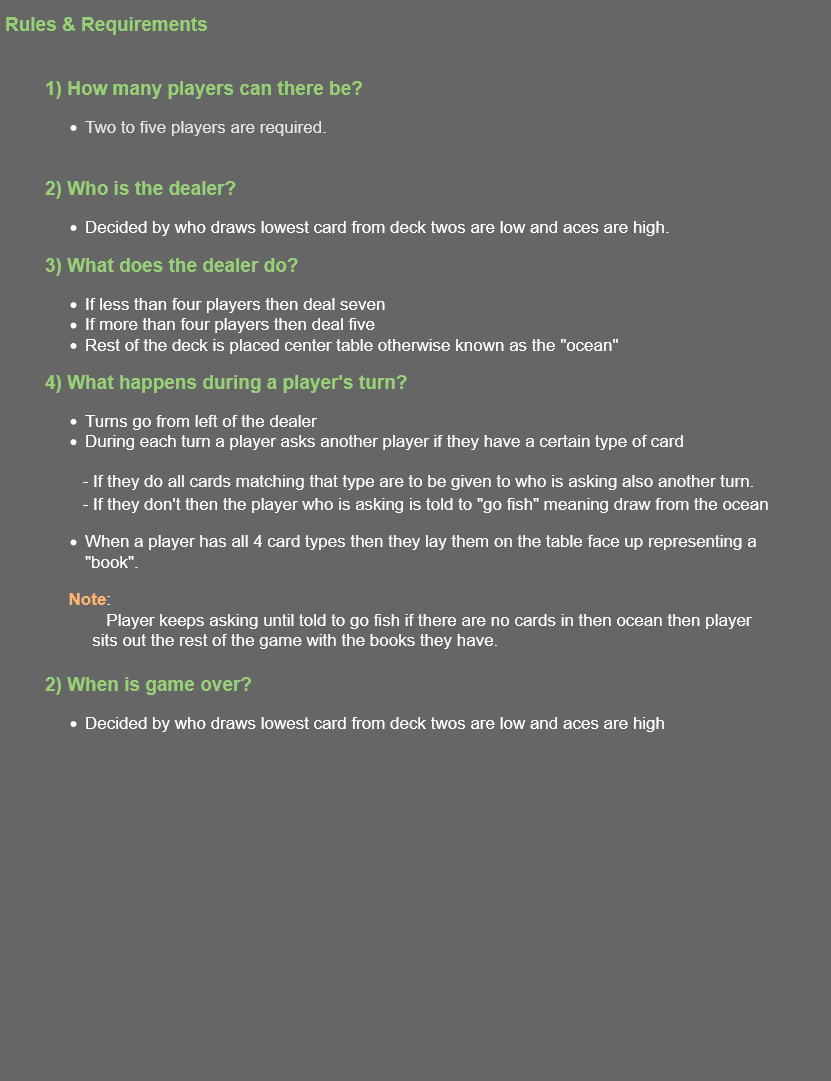
Before: diagrams/go-fish-rules.png, a diagram exported from draw.io (DariusRain/CardGames). Source tidied: cells renumbered, new cells last; positions are measured from the earlier drawing's top-left corner, leaving out a move shared by most shapes. The source it was exported from:
```xml
<mxGraphModel background="#666666">
  <root>
    <mxCell id="0" />
    <mxCell id="1" parent="0" />
    <mxCell id="2" value="&lt;h1 style=&quot;font-size: 19px&quot;&gt;&lt;font color=&quot;#97D077&quot;&gt;Rules &amp;amp; Requirements&lt;/font&gt;&lt;/h1&gt;&lt;blockquote&gt;&lt;div&gt;&lt;br&gt;&lt;/div&gt;&lt;div&gt;&lt;div&gt;&lt;font color=&quot;#97D077&quot;&gt;&lt;b&gt;1) How many players can there be?&lt;/b&gt;&lt;/font&gt;&lt;/div&gt;&lt;div&gt;&lt;ul style=&quot;font-size: 17px&quot;&gt;&lt;li&gt;&lt;font style=&quot;font-size: 17px&quot; color=&quot;#E6E6E6&quot;&gt;Two to five players are required.&lt;/font&gt;&lt;br&gt;&lt;/li&gt;&lt;/ul&gt;&lt;/div&gt;&lt;/div&gt;&lt;div&gt;&lt;br&gt;&lt;/div&gt;&lt;div&gt;&lt;font color=&quot;#97D077&quot;&gt;&lt;b&gt;2) Who is the dealer? &lt;/b&gt;&lt;/font&gt;&lt;ul style=&quot;font-size: 17px&quot;&gt;&lt;li&gt;Decided by who draws lowest card from deck twos are low and aces are high.&lt;/li&gt;&lt;/ul&gt;&lt;div&gt;&lt;div&gt;&lt;font color=&quot;#97D077&quot;&gt;&lt;b&gt;3) What does the dealer do?&lt;/b&gt;&lt;/font&gt;&lt;br&gt;&lt;/div&gt;&lt;div style=&quot;font-size: 17px&quot;&gt;&lt;ul&gt;&lt;li&gt;If less than four players then deal seven&lt;br&gt;&lt;/li&gt;&lt;li&gt;If more than four players then deal five&lt;br&gt;&lt;/li&gt;&lt;li&gt;Rest of the deck is placed center table otherwise known as the &quot;ocean&quot;&lt;/li&gt;&lt;/ul&gt;&lt;div style=&quot;line-height: 120%&quot;&gt;&lt;div&gt;&lt;b&gt;&lt;font style=&quot;font-size: 19px&quot; color=&quot;#97D077&quot;&gt;4) What happens during a player's turn?&lt;/font&gt;&lt;/b&gt;&lt;br&gt;&lt;/div&gt;&lt;ul&gt;&lt;li&gt;Turns go from left of the dealer&lt;/li&gt;&lt;li&gt;During each turn a player asks another player if they have a certain type of card&lt;/li&gt;&lt;/ul&gt;&lt;div style=&quot;line-height: 150%&quot;&gt;&amp;nbsp;&amp;nbsp;&amp;nbsp;&amp;nbsp;&amp;nbsp;&amp;nbsp;&amp;nbsp; - If they do all cards matching that type are to be given to who is asking also another turn.&lt;/div&gt;&lt;div&gt;&amp;nbsp;&amp;nbsp;&amp;nbsp;&amp;nbsp;&amp;nbsp;&amp;nbsp;&amp;nbsp; - If they don't then the player who is asking is told to &quot;go fish&quot; meaning draw from the ocean &lt;br&gt;&lt;/div&gt;&lt;div&gt;&lt;ul&gt;&lt;li&gt;When a player has all 4 card types then they lay them on the table face up representing a &quot;book&quot;. &amp;nbsp;&amp;nbsp;&amp;nbsp; &amp;nbsp; &lt;/li&gt;&lt;/ul&gt;&lt;/div&gt;&lt;div&gt;&amp;nbsp;&amp;nbsp;&amp;nbsp;&amp;nbsp; &lt;font color=&quot;#FFB570&quot;&gt;&lt;b&gt;Note&lt;/b&gt;&lt;/font&gt;: &lt;br&gt;&lt;/div&gt;&lt;div&gt;&amp;nbsp;&amp;nbsp;&amp;nbsp;&amp;nbsp;&amp;nbsp;&amp;nbsp;&amp;nbsp;&amp;nbsp;&amp;nbsp;&amp;nbsp;&amp;nbsp;&amp;nbsp; Player keeps asking until told to go fish if there are no cards in then ocean then player&lt;/div&gt;&lt;div&gt;&amp;nbsp;&amp;nbsp;&amp;nbsp;&amp;nbsp;&amp;nbsp;&amp;nbsp;&amp;nbsp;&amp;nbsp;&amp;nbsp; sits out the rest of the game with the books they have.&lt;br&gt;&lt;/div&gt;&lt;/div&gt;&lt;/div&gt;&lt;/div&gt;&lt;/div&gt;&lt;div&gt;&lt;br&gt;&lt;/div&gt;&lt;div&gt;&lt;font color=&quot;#97D077&quot;&gt;&lt;b&gt;2) When is game over? &lt;/b&gt;&lt;/font&gt;&lt;ul style=&quot;font-size: 17px&quot;&gt;&lt;li&gt;Decided by who draws lowest card from deck twos are low and aces are high&lt;/li&gt;&lt;/ul&gt;&lt;/div&gt;&lt;/blockquote&gt;" style="text;html=1;strokeColor=none;fillColor=none;spacing=5;spacingTop=-20;whiteSpace=wrap;overflow=hidden;rounded=0;fontColor=#FFFFFF;fontSize=19;" parent="1" vertex="1">
      <mxGeometry width="830" height="1070" as="geometry" />
    </mxCell>
  </root>
</mxGraphModel>
```
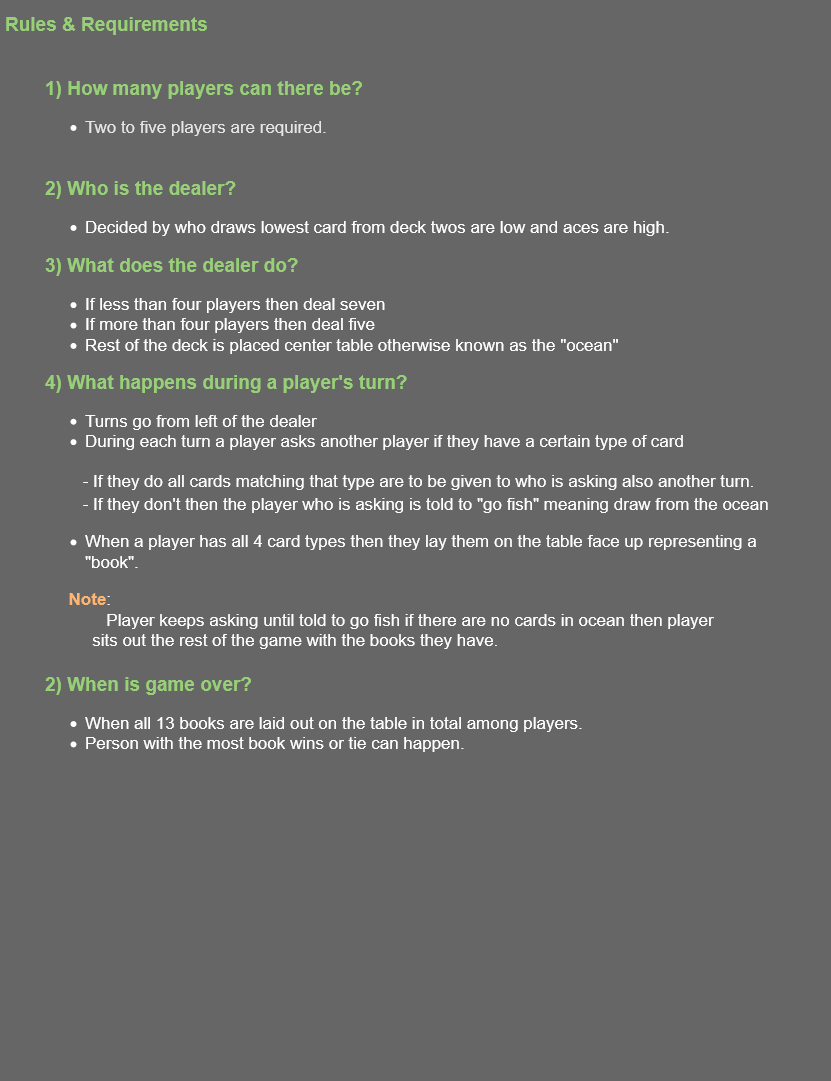
The same file after the commit.

What changed in the source:
```diff
@@ -2,7 +2,7 @@
   <root>
     <mxCell id="0" />
     <mxCell id="1" parent="0" />
-    <mxCell id="2" value="&lt;h1 style=&quot;font-size: 19px&quot;&gt;&lt;font color=&quot;#97D077&quot;&gt;Rules &amp;amp; Requirements&lt;/font&gt;&lt;/h1&gt;&lt;blockquote&gt;&lt;div&gt;&lt;br&gt;&lt;/div&gt;&lt;div&gt;&lt;div&gt;&lt;font color=&quot;#97D077&quot;&gt;&lt;b&gt;1) How many players can there be?&lt;/b&gt;&lt;/font&gt;&lt;/div&gt;&lt;div&gt;&lt;ul style=&quot;font-size: 17px&quot;&gt;&lt;li&gt;&lt;font style=&quot;font-size: 17px&quot; color=&quot;#E6E6E6&quot;&gt;Two to five players are required.&lt;/font&gt;&lt;br&gt;&lt;/li&gt;&lt;/ul&gt;&lt;/div&gt;&lt;/div&gt;&lt;div&gt;&lt;br&gt;&lt;/div&gt;&lt;div&gt;&lt;font color=&quot;#97D077&quot;&gt;&lt;b&gt;2) Who is the dealer? &lt;/b&gt;&lt;/font&gt;&lt;ul style=&quot;font-size: 17px&quot;&gt;&lt;li&gt;Decided by who draws lowest card from deck twos are low and aces are high.&lt;/li&gt;&lt;/ul&gt;&lt;div&gt;&lt;div&gt;&lt;font color=&quot;#97D077&quot;&gt;&lt;b&gt;3) What does the dealer do?&lt;/b&gt;&lt;/font&gt;&lt;br&gt;&lt;/div&gt;&lt;div style=&quot;font-size: 17px&quot;&gt;&lt;ul&gt;&lt;li&gt;If less than four players then deal seven&lt;br&gt;&lt;/li&gt;&lt;li&gt;If more than four players then deal five&lt;br&gt;&lt;/li&gt;&lt;li&gt;Rest of the deck is placed center table otherwise known as the &quot;ocean&quot;&lt;/li&gt;&lt;/ul&gt;&lt;div style=&quot;line-height: 120%&quot;&gt;&lt;div&gt;&lt;b&gt;&lt;font style=&quot;font-size: 19px&quot; color=&quot;#97D077&quot;&gt;4) What happens during a player's turn?&lt;/font&gt;&lt;/b&gt;&lt;br&gt;&lt;/div&gt;&lt;ul&gt;&lt;li&gt;Turns go from left of the dealer&lt;/li&gt;&lt;li&gt;During each turn a player asks another player if they have a certain type of card&lt;/li&gt;&lt;/ul&gt;&lt;div style=&quot;line-height: 150%&quot;&gt;&amp;nbsp;&amp;nbsp;&amp;nbsp;&amp;nbsp;&amp;nbsp;&amp;nbsp;&amp;nbsp; - If they do all cards matching that type are to be given to who is asking also another turn.&lt;/div&gt;&lt;div&gt;&amp;nbsp;&amp;nbsp;&amp;nbsp;&amp;nbsp;&amp;nbsp;&amp;nbsp;&amp;nbsp; - If they don't then the player who is asking is told to &quot;go fish&quot; meaning draw from the ocean &lt;br&gt;&lt;/div&gt;&lt;div&gt;&lt;ul&gt;&lt;li&gt;When a player has all 4 card types then they lay them on the table face up representing a &quot;book&quot;. &amp;nbsp;&amp;nbsp;&amp;nbsp; &amp;nbsp; &lt;/li&gt;&lt;/ul&gt;&lt;/div&gt;&lt;div&gt;&amp;nbsp;&amp;nbsp;&amp;nbsp;&amp;nbsp; &lt;font color=&quot;#FFB570&quot;&gt;&lt;b&gt;Note&lt;/b&gt;&lt;/font&gt;: &lt;br&gt;&lt;/div&gt;&lt;div&gt;&amp;nbsp;&amp;nbsp;&amp;nbsp;&amp;nbsp;&amp;nbsp;&amp;nbsp;&amp;nbsp;&amp;nbsp;&amp;nbsp;&amp;nbsp;&amp;nbsp;&amp;nbsp; Player keeps asking until told to go fish if there are no cards in then ocean then player&lt;/div&gt;&lt;div&gt;&amp;nbsp;&amp;nbsp;&amp;nbsp;&amp;nbsp;&amp;nbsp;&amp;nbsp;&amp;nbsp;&amp;nbsp;&amp;nbsp; sits out the rest of the game with the books they have.&lt;br&gt;&lt;/div&gt;&lt;/div&gt;&lt;/div&gt;&lt;/div&gt;&lt;/div&gt;&lt;div&gt;&lt;br&gt;&lt;/div&gt;&lt;div&gt;&lt;font color=&quot;#97D077&quot;&gt;&lt;b&gt;2) When is game over? &lt;/b&gt;&lt;/font&gt;&lt;ul style=&quot;font-size: 17px&quot;&gt;&lt;li&gt;Decided by who draws lowest card from deck twos are low and aces are high&lt;/li&gt;&lt;/ul&gt;&lt;/div&gt;&lt;/blockquote&gt;" style="text;html=1;strokeColor=none;fillColor=none;spacing=5;spacingTop=-20;whiteSpace=wrap;overflow=hidden;rounded=0;fontColor=#FFFFFF;fontSize=19;" parent="1" vertex="1">
+    <mxCell id="2" value="&lt;h1 style=&quot;font-size: 19px&quot;&gt;&lt;font color=&quot;#97D077&quot;&gt;Rules &amp;amp; Requirements&lt;/font&gt;&lt;/h1&gt;&lt;blockquote&gt;&lt;div&gt;&lt;br&gt;&lt;/div&gt;&lt;div&gt;&lt;div&gt;&lt;font color=&quot;#97D077&quot;&gt;&lt;b&gt;1) How many players can there be?&lt;/b&gt;&lt;/font&gt;&lt;/div&gt;&lt;div&gt;&lt;ul style=&quot;font-size: 17px&quot;&gt;&lt;li&gt;&lt;font style=&quot;font-size: 17px&quot; color=&quot;#E6E6E6&quot;&gt;Two to five players are required.&lt;/font&gt;&lt;br&gt;&lt;/li&gt;&lt;/ul&gt;&lt;/div&gt;&lt;/div&gt;&lt;div&gt;&lt;br&gt;&lt;/div&gt;&lt;div&gt;&lt;font color=&quot;#97D077&quot;&gt;&lt;b&gt;2) Who is the dealer? &lt;/b&gt;&lt;/font&gt;&lt;ul style=&quot;font-size: 17px&quot;&gt;&lt;li&gt;Decided by who draws lowest card from deck twos are low and aces are high.&lt;/li&gt;&lt;/ul&gt;&lt;div&gt;&lt;div&gt;&lt;font color=&quot;#97D077&quot;&gt;&lt;b&gt;3) What does the dealer do?&lt;/b&gt;&lt;/font&gt;&lt;br&gt;&lt;/div&gt;&lt;div style=&quot;font-size: 17px&quot;&gt;&lt;ul&gt;&lt;li&gt;If less than four players then deal seven&lt;br&gt;&lt;/li&gt;&lt;li&gt;If more than four players then deal five&lt;br&gt;&lt;/li&gt;&lt;li&gt;Rest of the deck is placed center table otherwise known as the &quot;ocean&quot;&lt;/li&gt;&lt;/ul&gt;&lt;div style=&quot;line-height: 120%&quot;&gt;&lt;div&gt;&lt;b&gt;&lt;font style=&quot;font-size: 19px&quot; color=&quot;#97D077&quot;&gt;4) What happens during a player's turn?&lt;/font&gt;&lt;/b&gt;&lt;br&gt;&lt;/div&gt;&lt;ul&gt;&lt;li&gt;Turns go from left of the dealer&lt;/li&gt;&lt;li&gt;During each turn a player asks another player if they have a certain type of card&lt;/li&gt;&lt;/ul&gt;&lt;div style=&quot;line-height: 150%&quot;&gt;&amp;nbsp;&amp;nbsp;&amp;nbsp;&amp;nbsp;&amp;nbsp;&amp;nbsp;&amp;nbsp; - If they do all cards matching that type are to be given to who is asking also another turn.&lt;/div&gt;&lt;div&gt;&amp;nbsp;&amp;nbsp;&amp;nbsp;&amp;nbsp;&amp;nbsp;&amp;nbsp;&amp;nbsp; - If they don't then the player who is asking is told to &quot;go fish&quot; meaning draw from the ocean &lt;br&gt;&lt;/div&gt;&lt;div&gt;&lt;ul&gt;&lt;li&gt;When a player has all 4 card types then they lay them on the table face up representing a &quot;book&quot;. &amp;nbsp;&amp;nbsp;&amp;nbsp; &amp;nbsp; &lt;/li&gt;&lt;/ul&gt;&lt;/div&gt;&lt;div&gt;&amp;nbsp;&amp;nbsp;&amp;nbsp;&amp;nbsp; &lt;font color=&quot;#FFB570&quot;&gt;&lt;b&gt;Note&lt;/b&gt;&lt;/font&gt;: &lt;br&gt;&lt;/div&gt;&lt;div&gt;&amp;nbsp;&amp;nbsp;&amp;nbsp;&amp;nbsp;&amp;nbsp;&amp;nbsp;&amp;nbsp;&amp;nbsp;&amp;nbsp;&amp;nbsp;&amp;nbsp;&amp;nbsp; Player keeps asking until told to go fish if there are no cards in ocean then player&lt;/div&gt;&lt;div&gt;&amp;nbsp;&amp;nbsp;&amp;nbsp;&amp;nbsp;&amp;nbsp;&amp;nbsp;&amp;nbsp;&amp;nbsp;&amp;nbsp; sits out the rest of the game with the books they have.&lt;br&gt;&lt;/div&gt;&lt;/div&gt;&lt;/div&gt;&lt;/div&gt;&lt;/div&gt;&lt;div&gt;&lt;br&gt;&lt;/div&gt;&lt;div&gt;&lt;font color=&quot;#97D077&quot;&gt;&lt;b&gt;2) When is game over? &lt;/b&gt;&lt;/font&gt;&lt;ul style=&quot;font-size: 17px&quot;&gt;&lt;li&gt;When all 13 books are laid out on the table in total among players.&lt;/li&gt;&lt;li&gt;Person with the most book wins or tie can happen.&lt;br&gt;&lt;/li&gt;&lt;/ul&gt;&lt;/div&gt;&lt;/blockquote&gt;" style="text;html=1;strokeColor=none;fillColor=none;spacing=5;spacingTop=-20;whiteSpace=wrap;overflow=hidden;rounded=0;fontColor=#FFFFFF;fontSize=19;" parent="1" vertex="1">
       <mxGeometry width="830" height="1070" as="geometry" />
     </mxCell>
   </root>
```
